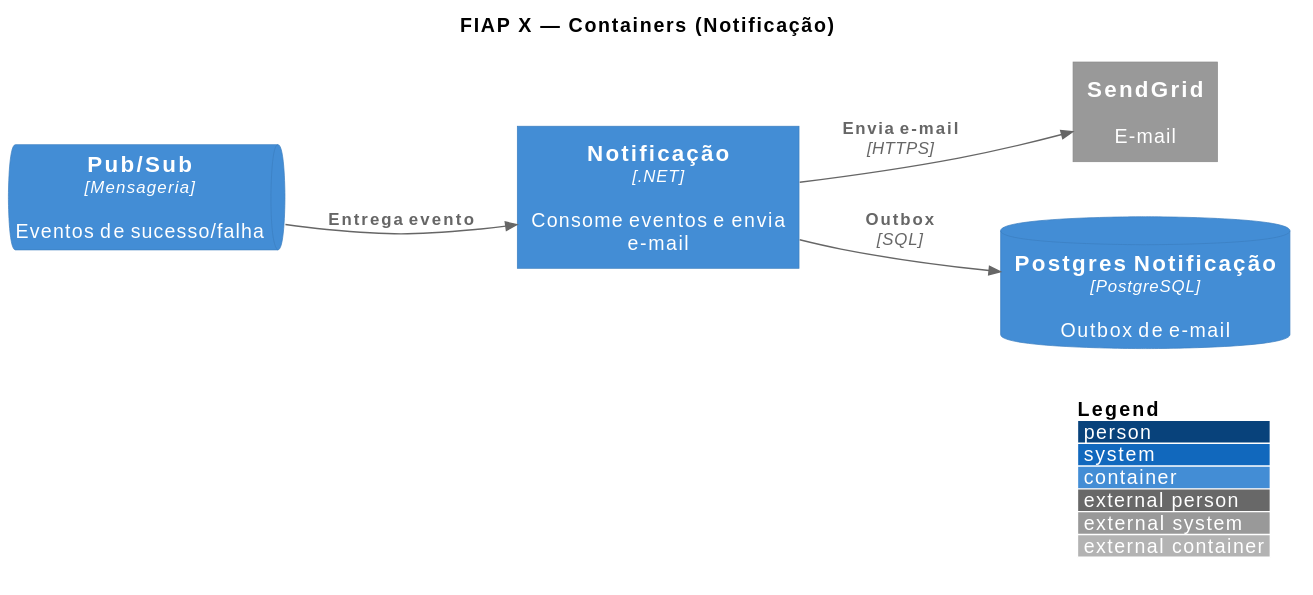
Earlier version of the PlantUML export arquitetura/05_containers-notificacao.svg (fiap-x-vcosta/docs).
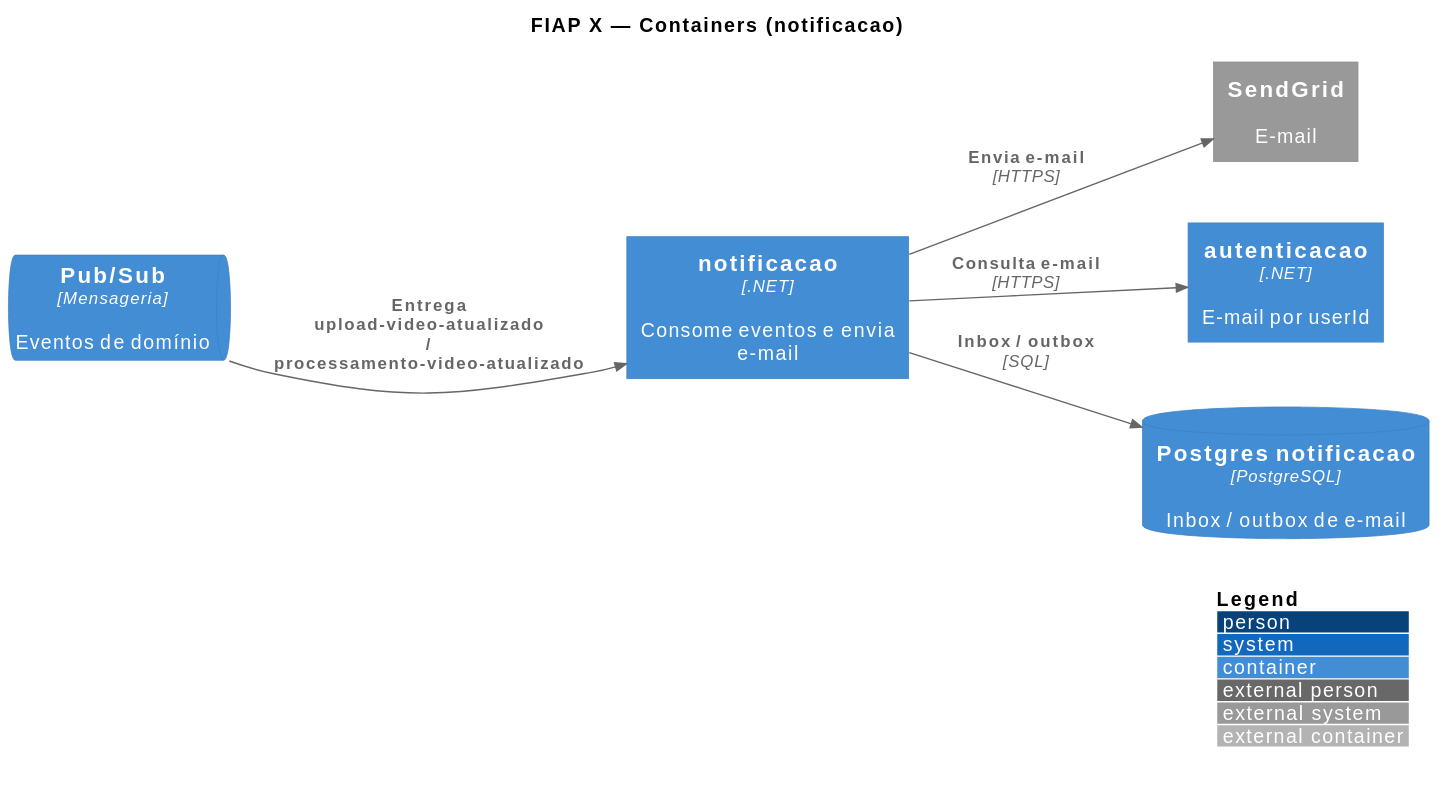
The same file after the commit.

What changed in the source:
```diff
@@ -4,18 +4,21 @@
 LAYOUT_WITH_LEGEND()
 LAYOUT_LEFT_RIGHT()
 
-title FIAP X — Containers (Notificação)
+title FIAP X — Containers (notificacao)
 
-ContainerQueue(pubsub, "Pub/Sub", "Mensageria", "Eventos de sucesso/falha")
-Container(notif, "Notificação", ".NET", "Consome eventos e envia e-mail")
-ContainerDb(pgNotif, "Postgres Notificação", "PostgreSQL", "Outbox de e-mail")
+ContainerQueue(pubsub, "Pub/Sub", "Mensageria", "Eventos de domínio")
+Container(notif, "notificacao", ".NET", "Consome eventos e envia e-mail")
+Container(auth, "autenticacao", ".NET", "E-mail por userId")
+ContainerDb(pgNotif, "Postgres notificacao", "PostgreSQL", "Inbox / outbox de e-mail")
 System_Ext(sendgrid, "SendGrid", "E-mail")
 
-Rel(pubsub, notif, "Entrega evento")
-Rel(notif, pgNotif, "Outbox", "SQL")
+Rel(pubsub, notif, "Entrega upload-video-atualizado / processamento-video-atualizado")
+Rel(notif, auth, "Consulta e-mail", "HTTPS")
+Rel(notif, pgNotif, "Inbox / outbox", "SQL")
 Rel(notif, sendgrid, "Envia e-mail", "HTTPS")
 
 Lay_R(pubsub, notif)
 Lay_R(notif, sendgrid)
 Lay_D(notif, pgNotif)
+Lay_D(notif, auth)
 @enduml
```
